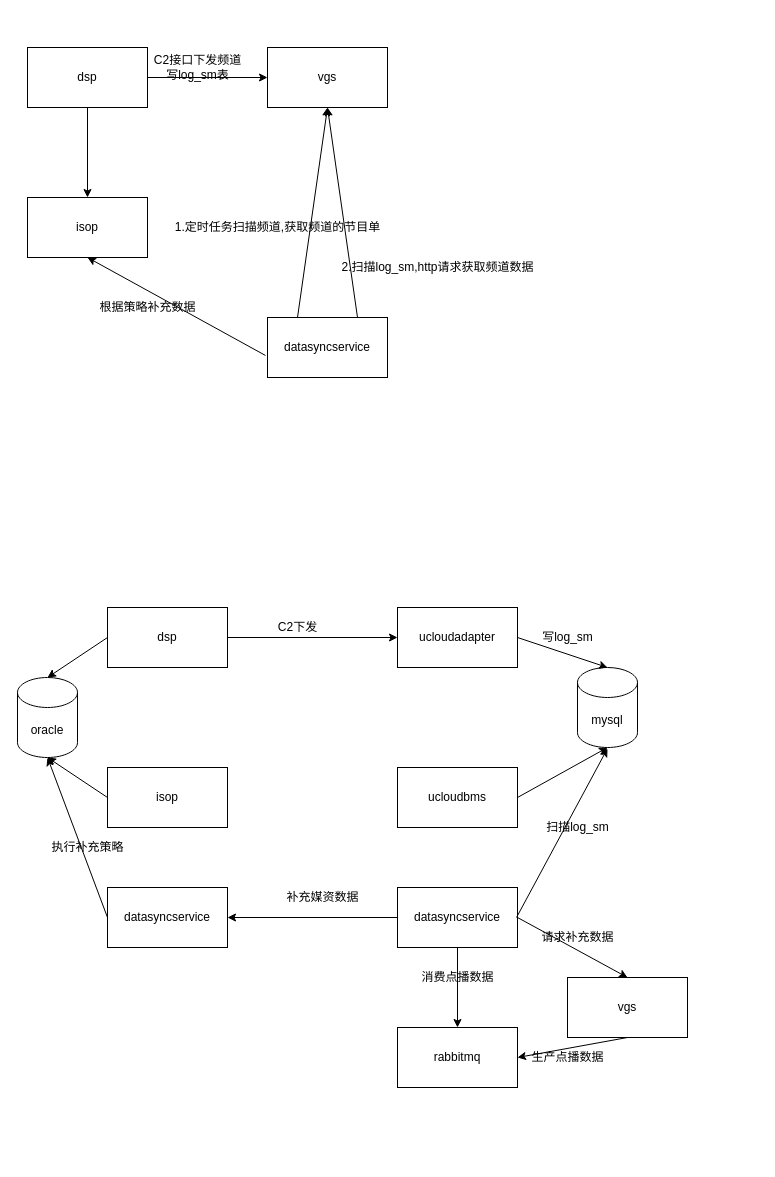
Earlier version of the draw.io diagram 补充媒资流程.drawio (utscgeorge/processitemtest). Source tidied: cells renumbered, new cells numbered last; positions are measured from the earlier drawing's top-left corner, leaving out a move shared by most shapes. Both pictures are drawn from the tidied source at 100%, with x=0, y=0 at pixel (17, 47).
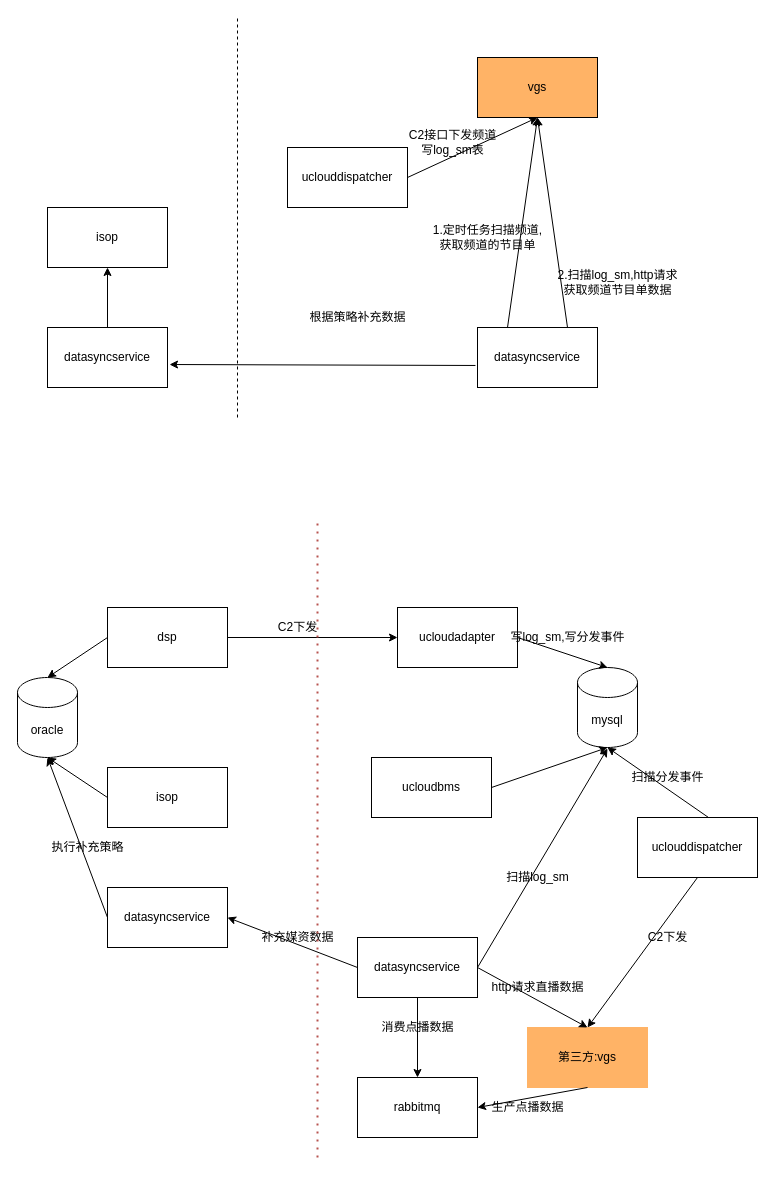
After the change.

Commit message:
Update 补充媒资流程.drawio

The change refers to these unchanged cells:
```xml
<mxCell id="23" value="mysql&lt;br&gt;" style="shape=cylinder3;whiteSpace=wrap;html=1;boundedLbl=1;backgroundOutline=1;size=15;" parent="1" vertex="1">
  <mxGeometry x="560" y="620" width="60" height="80" as="geometry" />
</mxCell>
```

What changed in the source:
```diff
@@
-    <mxCell id="2" value="isop" style="whiteSpace=wrap;html=1;" parent="1" vertex="1">
-      <mxGeometry x="10" y="150" width="120" height="60" as="geometry" />
-    </mxCell>
-    <mxCell id="3" style="edgeStyle=orthogonalEdgeStyle;rounded=0;jettySize=auto;html=1;" parent="1" edge="1" source="4" target="6">
-      <mxGeometry relative="1" as="geometry" />
-    </mxCell>
-    <mxCell id="4" value="dsp" style="whiteSpace=wrap;html=1;" parent="1" vertex="1">
-      <mxGeometry x="10" width="120" height="60" as="geometry" />
+    <mxCell id="4" value="uclouddispatcher" style="whiteSpace=wrap;html=1;" parent="1" vertex="1">
+      <mxGeometry x="270" y="100" width="120" height="60" as="geometry" />
     </mxCell>
-    <mxCell id="5" style="endArrow=classic;html=1;" parent="1" edge="1">
-      <mxGeometry relative="1" as="geometry">
-        <mxPoint x="70" y="60" as="sourcePoint" />
-        <mxPoint x="70" y="150" as="targetPoint" />
-      </mxGeometry>
-    </mxCell>
-    <mxCell id="6" value="vgs" style="whiteSpace=wrap;html=1;" parent="1" vertex="1">
-      <mxGeometry x="250" width="120" height="60" as="geometry" />
+    <mxCell id="6" value="vgs" style="whiteSpace=wrap;html=1;fillColor=#FFB366;" parent="1" vertex="1">
+      <mxGeometry x="460" y="10" width="120" height="60" as="geometry" />
     </mxCell>
     <mxCell id="7" value="C2接口下发频道&lt;br&gt;写log_sm表" style="text;html=1;align=center;verticalAlign=middle;strokeColor=none;" parent="1" vertex="1">
-      <mxGeometry x="130" y="5" width="100" height="30" as="geometry" />
+      <mxGeometry x="385" y="80" width="100" height="30" as="geometry" />
     </mxCell>
     <mxCell id="8" value="datasyncservice" style="whiteSpace=wrap;html=1;" parent="1" vertex="1">
-      <mxGeometry x="250" y="270" width="120" height="60" as="geometry" />
+      <mxGeometry x="460" y="280" width="120" height="60" as="geometry" />
     </mxCell>
@@
-    <mxCell id="10" value="2.扫描log_sm,http请求获取频道数据" style="text;html=1;align=center;verticalAlign=middle;strokeColor=none;" parent="1" vertex="1">
-      <mxGeometry x="315" y="210" width="210" height="20" as="geometry" />
+    <mxCell id="10" value="2.扫描log_sm,http请求&lt;br&gt;获取频道节目单数据" style="text;html=1;align=center;verticalAlign=middle;strokeColor=none;" parent="1" vertex="1">
+      <mxGeometry x="530" y="220" width="140" height="30" as="geometry" />
     </mxCell>
-    <mxCell id="11" style="endArrow=classic;html=1;exitX=-0.017;exitY=0.633;exitDx=0;exitDy=0;exitPerimeter=0;entryX=0.5;entryY=1;entryDx=0;entryDy=0;" parent="1" edge="1" source="8" target="2">
+    <mxCell id="11" style="endArrow=classic;html=1;exitX=-0.017;exitY=0.633;exitDx=0;exitDy=0;exitPerimeter=0;entryX=1.017;entryY=0.617;entryDx=0;entryDy=0;entryPerimeter=0;" parent="1" edge="1" source="8" target="51">
       <mxGeometry relative="1" as="geometry" />
     </mxCell>
     <mxCell id="12" value="根据策略补充数据" style="text;html=1;align=center;verticalAlign=middle;strokeColor=none;" parent="1" vertex="1">
-      <mxGeometry x="75" y="250" width="110" height="20" as="geometry" />
+      <mxGeometry x="285" y="260" width="110" height="20" as="geometry" />
     </mxCell>
@@
-    <mxCell id="14" value="1.定时任务扫描频道,获取频道的节目单" style="text;html=1;align=center;verticalAlign=middle;strokeColor=none;" parent="1" vertex="1">
-      <mxGeometry x="150" y="170" width="220" height="20" as="geometry" />
+    <mxCell id="14" value="1.定时任务扫描频道,&lt;br&gt;获取频道的节目单" style="text;html=1;align=center;verticalAlign=middle;strokeColor=none;" parent="1" vertex="1">
+      <mxGeometry x="410" y="175" width="120" height="30" as="geometry" />
     </mxCell>
@@
     <mxCell id="19" value="ucloudbms" style="whiteSpace=wrap;html=1;" parent="1" vertex="1">
-      <mxGeometry x="380" y="720" width="120" height="60" as="geometry" />
+      <mxGeometry x="354" y="710" width="120" height="60" as="geometry" />
     </mxCell>
@@
     <mxCell id="28" value="datasyncservice" style="whiteSpace=wrap;html=1;" parent="1" vertex="1">
-      <mxGeometry x="380" y="840" width="120" height="60" as="geometry" />
+      <mxGeometry x="340" y="890" width="120" height="60" as="geometry" />
     </mxCell>
-    <mxCell id="29" value="vgs" style="whiteSpace=wrap;html=1;" parent="1" vertex="1">
-      <mxGeometry x="550" y="930" width="120" height="60" as="geometry" />
+    <mxCell id="29" value="第三方:vgs" style="whiteSpace=wrap;html=1;strokeColor=#FFB366;fillColor=#FFB366;" parent="1" vertex="1">
+      <mxGeometry x="510" y="980" width="120" height="60" as="geometry" />
     </mxCell>
     <mxCell id="30" style="endArrow=classic;html=1;" parent="1" edge="1">
       <mxGeometry relative="1" as="geometry">
-        <mxPoint x="499" y="870" as="sourcePoint" />
+        <mxPoint x="460" y="920" as="sourcePoint" />
         <mxPoint x="590" y="701" as="targetPoint" />
       </mxGeometry>
     </mxCell>
@@
-    <mxCell id="32" value="写log_sm" style="text;html=1;align=center;verticalAlign=middle;strokeColor=none;" parent="1" vertex="1">
-      <mxGeometry x="515" y="580" width="70" height="20" as="geometry" />
+    <mxCell id="32" value="写log_sm,写分发事件" style="text;html=1;align=center;verticalAlign=middle;strokeColor=none;" parent="1" vertex="1">
+      <mxGeometry x="485" y="580" width="130" height="20" as="geometry" />
     </mxCell>
     <mxCell id="33" value="扫描log_sm" style="text;html=1;align=center;verticalAlign=middle;strokeColor=none;" parent="1" vertex="1">
-      <mxGeometry x="520" y="770" width="80" height="20" as="geometry" />
+      <mxGeometry x="480" y="820" width="80" height="20" as="geometry" />
     </mxCell>
-    <mxCell id="34" value="请求补充数据" style="text;html=1;align=center;verticalAlign=middle;strokeColor=none;" parent="1" vertex="1">
-      <mxGeometry x="515" y="880" width="90" height="20" as="geometry" />
+    <mxCell id="34" value="http请求直播数据" style="text;html=1;align=center;verticalAlign=middle;strokeColor=none;" parent="1" vertex="1">
+      <mxGeometry x="465" y="930" width="110" height="20" as="geometry" />
     </mxCell>
@@
     <mxCell id="36" value="补充媒资数据" style="text;html=1;align=center;verticalAlign=middle;strokeColor=none;" parent="1" vertex="1">
-      <mxGeometry x="260" y="840" width="90" height="20" as="geometry" />
+      <mxGeometry x="235" y="880" width="90" height="20" as="geometry" />
     </mxCell>
@@
     <mxCell id="40" value="rabbitmq" style="whiteSpace=wrap;html=1;" parent="1" vertex="1">
-      <mxGeometry x="380" y="980" width="120" height="60" as="geometry" />
+      <mxGeometry x="340" y="1030" width="120" height="60" as="geometry" />
     </mxCell>
@@
     <mxCell id="42" value="生产点播数据" style="text;html=1;align=center;verticalAlign=middle;strokeColor=none;" parent="1" vertex="1">
-      <mxGeometry x="505" y="1000" width="90" height="20" as="geometry" />
+      <mxGeometry x="465" y="1050" width="90" height="20" as="geometry" />
     </mxCell>
     <mxCell id="43" value="消费点播数据" style="text;html=1;align=center;verticalAlign=middle;strokeColor=none;" parent="1" vertex="1">
-      <mxGeometry x="395" y="920" width="90" height="20" as="geometry" />
+      <mxGeometry x="355" y="970" width="90" height="20" as="geometry" />
     </mxCell>
+    <mxCell id="44" value="uclouddispatcher" style="whiteSpace=wrap;html=1;" parent="1" vertex="1">
+      <mxGeometry x="620" y="770" width="120" height="60" as="geometry" />
+    </mxCell>
+    <mxCell id="45" style="endArrow=classic;html=1;exitX=0.592;exitY=0;exitDx=0;exitDy=0;exitPerimeter=0;entryX=0.5;entryY=1;entryDx=0;entryDy=0;entryPerimeter=0;" parent="1" edge="1" source="44" target="23">
+      <mxGeometry relative="1" as="geometry" />
+    </mxCell>
+    <mxCell id="46" value="扫描分发事件" style="text;html=1;align=center;verticalAlign=middle;strokeColor=none;" parent="1" vertex="1">
+      <mxGeometry x="605" y="720" width="90" height="20" as="geometry" />
+    </mxCell>
+    <mxCell id="47" style="endArrow=classic;html=1;exitX=0.5;exitY=1;exitDx=0;exitDy=0;" parent="1" edge="1" source="44">
+      <mxGeometry relative="1" as="geometry">
+        <mxPoint x="570" y="980" as="targetPoint" />
+      </mxGeometry>
+    </mxCell>
+    <mxCell id="48" value="C2下发" style="text;html=1;align=center;verticalAlign=middle;strokeColor=none;" parent="1" vertex="1">
+      <mxGeometry x="625" y="880" width="50" height="20" as="geometry" />
+    </mxCell>
+    <mxCell id="49" style="endArrow=none;dashed=1;html=1;dashPattern=1 3;strokeWidth=2;fillColor=#f8cecc;strokeColor=#b85450;" parent="1" edge="1">
+      <mxGeometry relative="1" as="geometry">
+        <mxPoint x="300" y="1110" as="sourcePoint" />
+        <mxPoint x="300" y="470" as="targetPoint" />
+      </mxGeometry>
+    </mxCell>
+    <mxCell id="50" style="edgeStyle=orthogonalEdgeStyle;rounded=0;jettySize=auto;html=1;" parent="1" edge="1" source="51" target="2">
+      <mxGeometry relative="1" as="geometry" />
+    </mxCell>
+    <mxCell id="51" value="datasyncservice" style="whiteSpace=wrap;html=1;" parent="1" vertex="1">
+      <mxGeometry x="30" y="280" width="120" height="60" as="geometry" />
+    </mxCell>
+    <mxCell id="52" style="endArrow=classic;html=1;exitX=1;exitY=0.5;exitDx=0;exitDy=0;" parent="1" edge="1" source="4">
+      <mxGeometry relative="1" as="geometry">
+        <mxPoint x="520" y="70" as="targetPoint" />
+      </mxGeometry>
+    </mxCell>
+    <mxCell id="2" value="isop" style="whiteSpace=wrap;html=1;" parent="1" vertex="1">
+      <mxGeometry x="30" y="160" width="120" height="60" as="geometry" />
+    </mxCell>
+    <mxCell id="53" style="endArrow=none;dashed=1;html=1;" parent="1" edge="1">
+      <mxGeometry relative="1" as="geometry">
+        <mxPoint x="220" y="370" as="sourcePoint" />
+        <mxPoint x="220" y="-30" as="targetPoint" />
+      </mxGeometry>
+    </mxCell>
```
